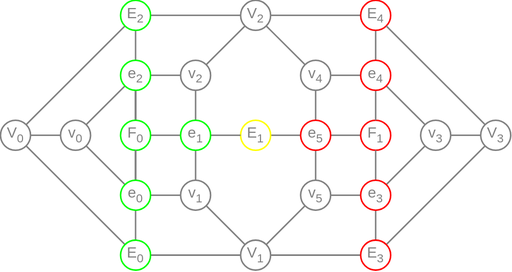
The draw.io diagram wiki/MeshGraphSharedGraphFull.svg in YoanWithY/kayo, before a commit. Source tidied: cells renumbered, new cells last; positions are measured from the earlier drawing's top-left corner, leaving out a move shared by most shapes.
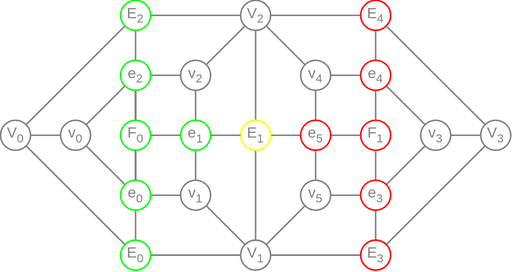
Above is the later version.

What changed in the source:
```diff
@@ -26,6 +26,12 @@
     <mxCell id="9" style="edgeStyle=none;shape=connector;rounded=0;html=1;labelBackgroundColor=default;strokeColor=#808080;fontFamily=Helvetica;fontSize=8;fontColor=#808080;endArrow=none;endFill=0;" parent="1" edge="1" source="10" target="59">
       <mxGeometry relative="1" as="geometry" />
     </mxCell>
+    <mxCell id="68" style="edgeStyle=none;shape=connector;rounded=0;html=1;labelBackgroundColor=default;strokeColor=#808080;fontFamily=Helvetica;fontSize=8;fontColor=#808080;endArrow=none;endFill=0;" parent="1" edge="1" source="10" target="22">
+      <mxGeometry relative="1" as="geometry" />
+    </mxCell>
+    <mxCell id="69" style="edgeStyle=none;shape=connector;rounded=0;html=1;labelBackgroundColor=default;strokeColor=#808080;fontFamily=Helvetica;fontSize=8;fontColor=#808080;endArrow=none;endFill=0;" parent="1" edge="1" source="10" target="19">
+      <mxGeometry relative="1" as="geometry" />
+    </mxCell>
     <mxCell id="10" value="E&lt;sub style=&quot;&quot;&gt;&lt;font style=&quot;font-size: 8px;&quot;&gt;1&lt;/font&gt;&lt;/sub&gt;" style="ellipse;whiteSpace=wrap;html=1;fontSize=10;fillColor=none;strokeColor=#FFFF00;fontColor=#808080;" parent="1" vertex="1">
       <mxGeometry x="160" y="80" width="20" height="20" as="geometry" />
     </mxCell>
```
